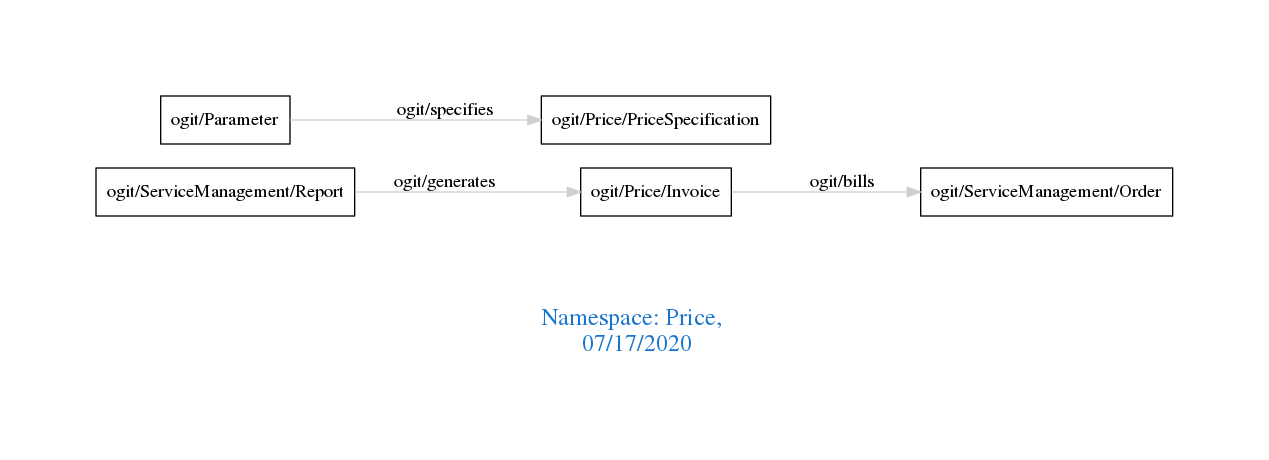
arago/OGIT keeps this Graphviz diagram as downloads/Price.png. Above is the earlier version. Its source is kept beside it as downloads/Price.dot.
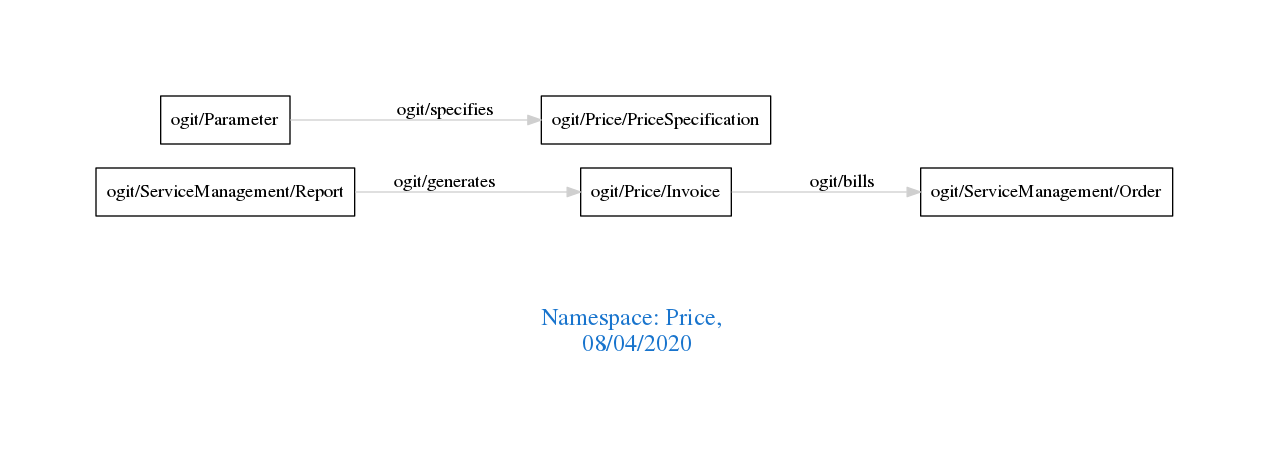
After the commit.

Diff of the diagram source:
```diff
@@ -1,7 +1,7 @@
 digraph OGIT_ontology {
  graph [ rankdir= LR,pad=1
 fontsize = 18,
-fontcolor= dodgerblue3,label = "\n\n\nNamespace: Price, \n 07/17/2020"];
+fontcolor= dodgerblue3,label = "\n\n\nNamespace: Price, \n 08/04/2020"];
 node[shape=polygon];
 edge [  color="gray81"];
 
```
